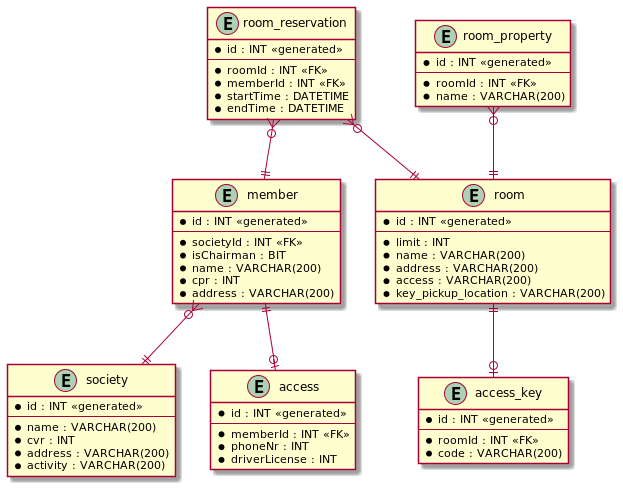
This is EFCoreDab2/uml/er-diagram-with-migrations.png from au-swte21-14/dab2, a PlantUML export, as it was before one commit.
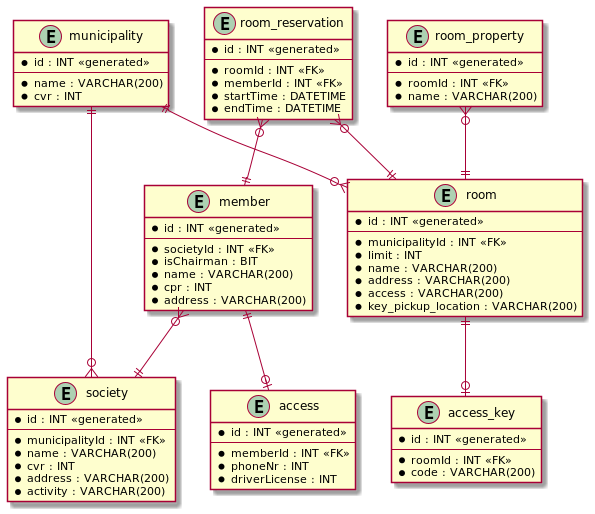
The same diagram one commit later.

The edit, as a diff of the source:
```diff
@@ -1,5 +1,13 @@
 @startuml
 !include er-diagram.puml
+
+entity access {
+    * id : INT <<generated>>
+    --
+    * memberId : INT <<FK>>
+    * phoneNr : INT
+    * driverLicense : INT
+}
 
 entity access_key {
     * id : INT <<generated>>
@@ -13,5 +21,6 @@
 }
 
 room ||--o| access_key
+member ||--o| access
 
 @enduml
```
